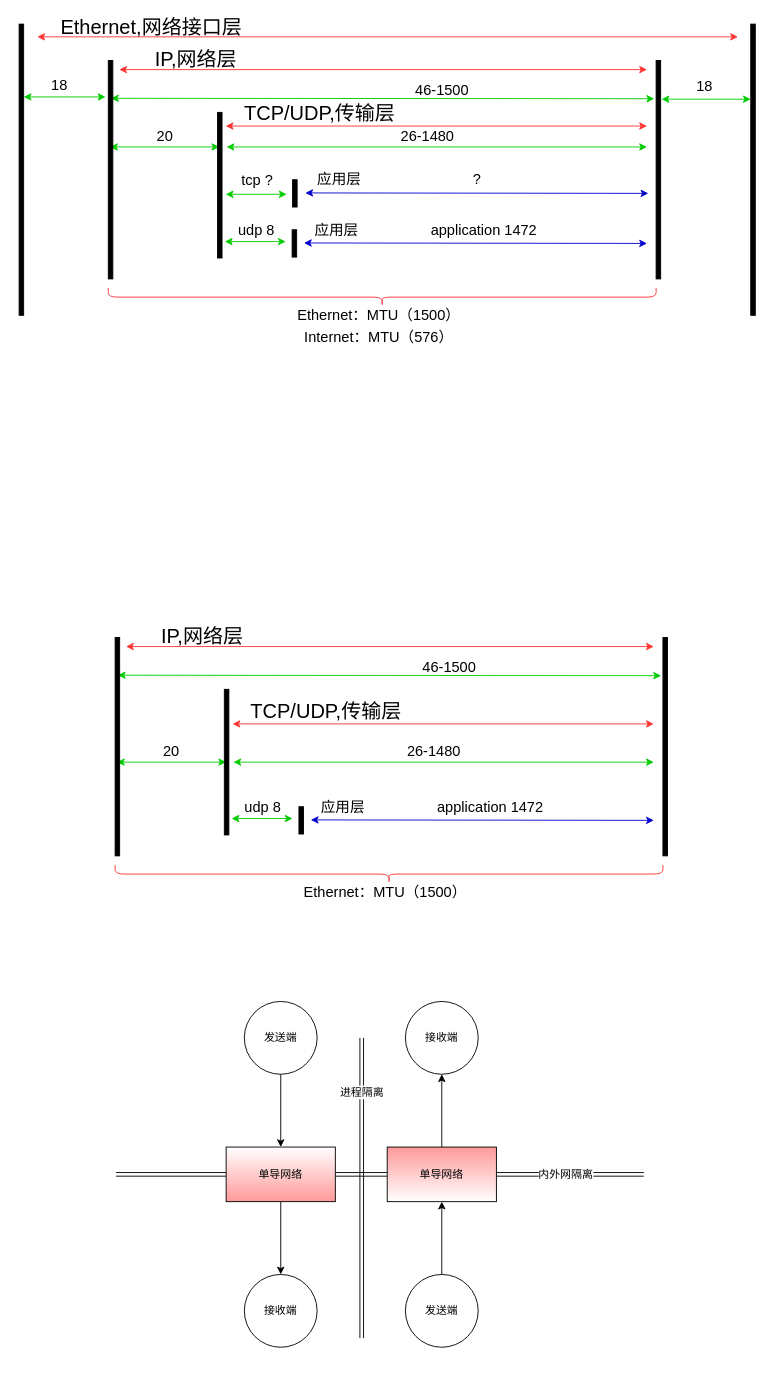
Before: draw.io/tcpip-protocol.drawio in QQ1350995917/gitbook, a draw.io diagram. Source tidied: cells renumbered, new cells numbered last; positions are measured from the earlier drawing's top-left corner, leaving out a move shared by most shapes. Both pictures are drawn from the tidied source at 91%, with x=0, y=0 at pixel (19, 18).
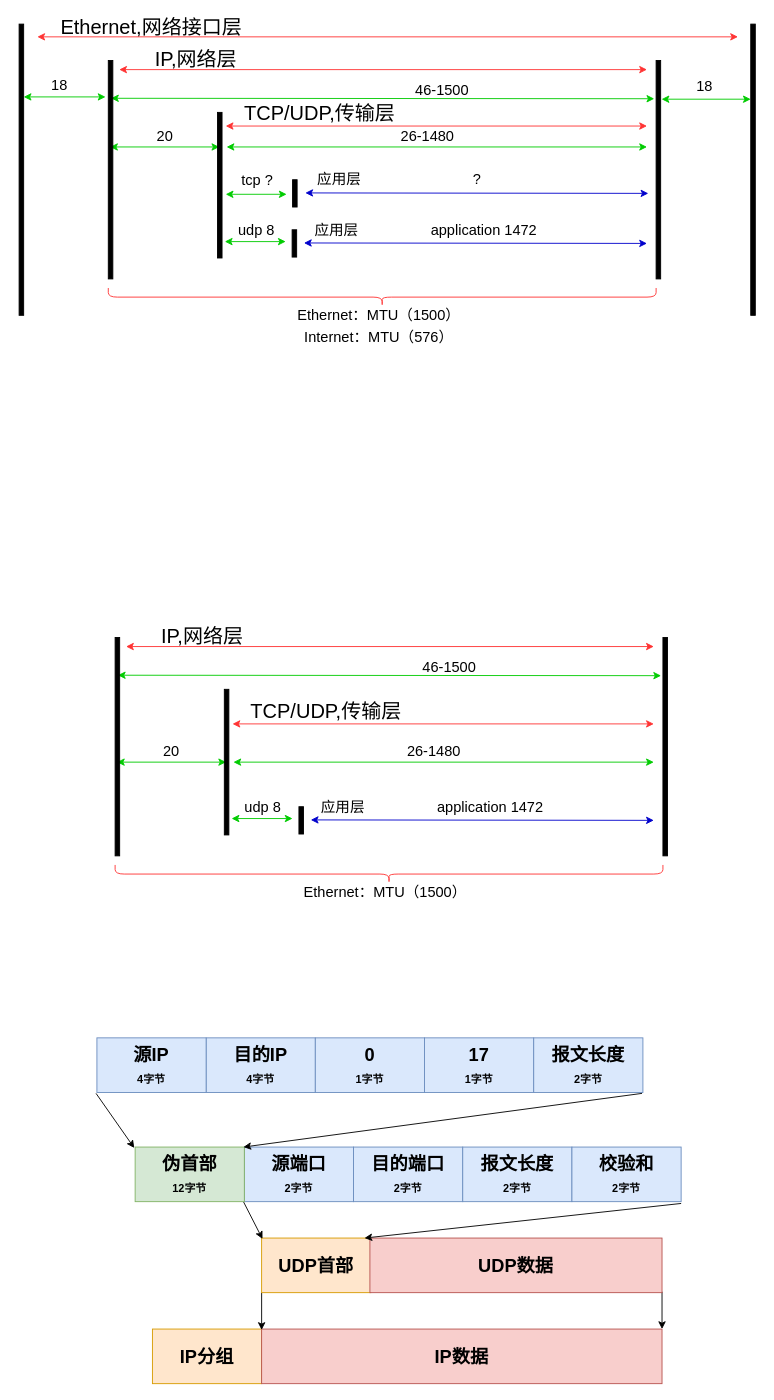
Above is the later version.

Commit message (it also covers changes not shown here):
Track 2 files into repository.

- modified draw.io/tcpip-protocol.drawio
- modified draw.io/udp-demo.drawio

Auto commit by GitBook Editor

The edit, as a diff of the source:
```diff
@@
-    <mxCell id="2" style="shape=link;html=1;startArrow=classic;startFill=1;endArrow=none;endFill=0;" parent="1" edge="1">
-      <mxGeometry relative="1" as="geometry">
-        <mxPoint x="106" y="1270" as="sourcePoint" />
-        <mxPoint x="686" y="1270" as="targetPoint" />
-      </mxGeometry>
-    </mxCell>
-    <mxCell id="3" value="内外网隔离&lt;br&gt;" style="text;html=1;align=center;verticalAlign=middle;labelBackgroundColor=#ffffff;" parent="2" vertex="1">
-      <mxGeometry x="0.88" y="2" relative="1" as="geometry">
-        <mxPoint x="-52" y="2" as="offset" />
-      </mxGeometry>
-    </mxCell>
@@
-    <mxCell id="63" style="edgeStyle=orthogonalEdgeStyle;rounded=0;jettySize=auto;html=1;" parent="1" edge="1" source="64" target="66">
-      <mxGeometry relative="1" as="geometry" />
-    </mxCell>
-    <mxCell id="64" value="发送端" style="ellipse;whiteSpace=wrap;html=1;" parent="1" vertex="1">
-      <mxGeometry x="247" y="1080" width="80" height="80" as="geometry" />
-    </mxCell>
-    <mxCell id="65" style="edgeStyle=orthogonalEdgeStyle;rounded=0;jettySize=auto;html=1;" parent="1" edge="1" source="66">
-      <mxGeometry relative="1" as="geometry">
-        <mxPoint x="287" y="1380" as="targetPoint" />
-      </mxGeometry>
-    </mxCell>
-    <mxCell id="66" value="单导网络" style="rounded=0;whiteSpace=wrap;html=1;fillColor=#FF9999;shadow=0;gradientColor=#ffffff;gradientDirection=north;" parent="1" vertex="1">
-      <mxGeometry x="227" y="1240" width="120" height="60" as="geometry" />
-    </mxCell>
-    <mxCell id="67" value="接收端" style="ellipse;whiteSpace=wrap;html=1;" parent="1" vertex="1">
-      <mxGeometry x="247" y="1380" width="80" height="80" as="geometry" />
-    </mxCell>
-    <mxCell id="68" style="edgeStyle=orthogonalEdgeStyle;rounded=0;jettySize=auto;html=1;startArrow=classic;startFill=1;endArrow=none;endFill=0;" parent="1" edge="1" source="69" target="71">
-      <mxGeometry relative="1" as="geometry" />
-    </mxCell>
-    <mxCell id="69" value="接收端" style="ellipse;whiteSpace=wrap;html=1;" parent="1" vertex="1">
-      <mxGeometry x="424" y="1080" width="80" height="80" as="geometry" />
-    </mxCell>
-    <mxCell id="70" style="edgeStyle=orthogonalEdgeStyle;rounded=0;jettySize=auto;html=1;startArrow=classic;startFill=1;endArrow=none;endFill=0;" parent="1" edge="1" source="71">
-      <mxGeometry relative="1" as="geometry">
-        <mxPoint x="464" y="1380" as="targetPoint" />
-      </mxGeometry>
-    </mxCell>
-    <mxCell id="71" value="单导网络" style="rounded=0;whiteSpace=wrap;html=1;fillColor=#FF9999;gradientColor=#ffffff;" parent="1" vertex="1">
-      <mxGeometry x="404" y="1240" width="120" height="60" as="geometry" />
-    </mxCell>
-    <mxCell id="72" value="发送端" style="ellipse;whiteSpace=wrap;html=1;" parent="1" vertex="1">
-      <mxGeometry x="424" y="1380" width="80" height="80" as="geometry" />
-    </mxCell>
-    <mxCell id="73" style="shape=link;html=1;startArrow=classic;startFill=1;endArrow=none;endFill=0;" parent="1" edge="1">
-      <mxGeometry relative="1" as="geometry">
-        <mxPoint x="376" y="1450" as="sourcePoint" />
-        <mxPoint x="376" y="1120" as="targetPoint" />
-      </mxGeometry>
-    </mxCell>
-    <mxCell id="74" value="进程隔离" style="text;html=1;align=center;verticalAlign=middle;labelBackgroundColor=#ffffff;" parent="73" vertex="1">
-      <mxGeometry x="0.64" y="1" relative="1" as="geometry" />
-    </mxCell>
+    <mxCell id="75" value="IP分组" style="rounded=0;whiteSpace=wrap;html=1;fontSize=20;fontStyle=1;fillColor=#ffe6cc;strokeColor=#d79b00;" parent="1" vertex="1">
+      <mxGeometry x="146" y="1440" width="120" height="60" as="geometry" />
+    </mxCell>
+    <mxCell id="76" value="IP数据" style="rounded=0;whiteSpace=wrap;html=1;fontSize=20;fontStyle=1;fillColor=#f8cecc;strokeColor=#b85450;" parent="1" vertex="1">
+      <mxGeometry x="266" y="1440" width="440" height="60" as="geometry" />
+    </mxCell>
+    <mxCell id="77" style="endArrow=classic;html=1;fontSize=20;entryX=0;entryY=0.017;entryDx=0;entryDy=0;entryPerimeter=0;" parent="1" edge="1" target="76">
+      <mxGeometry relative="1" as="geometry">
+        <mxPoint x="266" y="1400" as="sourcePoint" />
+      </mxGeometry>
+    </mxCell>
+    <mxCell id="78" style="endArrow=classic;html=1;fontSize=20;entryX=0;entryY=0.017;entryDx=0;entryDy=0;entryPerimeter=0;" parent="1" edge="1">
+      <mxGeometry relative="1" as="geometry">
+        <mxPoint x="706" y="1399" as="sourcePoint" />
+        <mxPoint x="706" y="1440" as="targetPoint" />
+      </mxGeometry>
+    </mxCell>
+    <mxCell id="79" value="UDP首部" style="rounded=0;whiteSpace=wrap;html=1;fontSize=20;fontStyle=1;fillColor=#ffe6cc;strokeColor=#d79b00;" parent="1" vertex="1">
+      <mxGeometry x="266" y="1340" width="120" height="60" as="geometry" />
+    </mxCell>
+    <mxCell id="80" value="UDP数据" style="rounded=0;whiteSpace=wrap;html=1;fontSize=20;fontStyle=1;fillColor=#f8cecc;strokeColor=#b85450;" parent="1" vertex="1">
+      <mxGeometry x="385" y="1340" width="321" height="60" as="geometry" />
+    </mxCell>
+    <mxCell id="81" style="endArrow=classic;html=1;fontSize=20;entryX=0.008;entryY=0.017;entryDx=0;entryDy=0;entryPerimeter=0;" parent="1" edge="1" target="79">
+      <mxGeometry relative="1" as="geometry">
+        <mxPoint x="246" y="1300" as="sourcePoint" />
+      </mxGeometry>
+    </mxCell>
+    <mxCell id="82" value="源端口&lt;br&gt;&lt;font style=&quot;font-size: 12px&quot;&gt;2字节&lt;/font&gt;&lt;br&gt;" style="rounded=0;whiteSpace=wrap;html=1;fontSize=20;fontStyle=1;fillColor=#dae8fc;strokeColor=#6c8ebf;" parent="1" vertex="1">
+      <mxGeometry x="247" y="1240" width="120" height="60" as="geometry" />
+    </mxCell>
+    <mxCell id="83" value="目的端口&lt;br&gt;&lt;span&gt;&lt;font style=&quot;font-size: 12px&quot;&gt;2字节&lt;/font&gt;&lt;/span&gt;&lt;br&gt;" style="rounded=0;whiteSpace=wrap;html=1;fontSize=20;fontStyle=1;fillColor=#dae8fc;strokeColor=#6c8ebf;" parent="1" vertex="1">
+      <mxGeometry x="367" y="1240" width="120" height="60" as="geometry" />
+    </mxCell>
+    <mxCell id="84" value="报文长度&lt;br&gt;&lt;font style=&quot;font-size: 12px&quot;&gt;2字节&lt;/font&gt;&lt;br&gt;" style="rounded=0;whiteSpace=wrap;html=1;fontSize=20;fontStyle=1;fillColor=#dae8fc;strokeColor=#6c8ebf;" parent="1" vertex="1">
+      <mxGeometry x="487" y="1240" width="120" height="60" as="geometry" />
+    </mxCell>
+    <mxCell id="85" value="校验和&lt;br&gt;&lt;font style=&quot;font-size: 12px&quot;&gt;2字节&lt;/font&gt;&lt;br&gt;" style="rounded=0;whiteSpace=wrap;html=1;fontSize=20;fontStyle=1;fillColor=#dae8fc;strokeColor=#6c8ebf;" parent="1" vertex="1">
+      <mxGeometry x="607" y="1240" width="120" height="60" as="geometry" />
+    </mxCell>
+    <mxCell id="86" style="endArrow=classic;html=1;fontSize=20;exitX=1;exitY=1.033;exitDx=0;exitDy=0;exitPerimeter=0;entryX=0.942;entryY=0;entryDx=0;entryDy=0;entryPerimeter=0;" parent="1" edge="1" source="85" target="79">
+      <mxGeometry relative="1" as="geometry" />
+    </mxCell>
+    <mxCell id="87" value="伪首部&lt;br&gt;&lt;font style=&quot;font-size: 12px&quot;&gt;12字节&lt;/font&gt;&lt;br&gt;" style="rounded=0;whiteSpace=wrap;html=1;fontSize=20;fontStyle=1;fillColor=#d5e8d4;strokeColor=#82b366;" parent="1" vertex="1">
+      <mxGeometry x="127" y="1240" width="120" height="60" as="geometry" />
+    </mxCell>
+    <mxCell id="88" value="目的IP&lt;br&gt;&lt;font style=&quot;font-size: 12px&quot;&gt;4字节&lt;/font&gt;&lt;br&gt;" style="rounded=0;whiteSpace=wrap;html=1;fontSize=20;fontStyle=1;fillColor=#dae8fc;strokeColor=#6c8ebf;" parent="1" vertex="1">
+      <mxGeometry x="205" y="1120" width="120" height="60" as="geometry" />
+    </mxCell>
+    <mxCell id="89" value="0&lt;br&gt;&lt;span&gt;&lt;font style=&quot;font-size: 12px&quot;&gt;1字节&lt;/font&gt;&lt;/span&gt;&lt;br&gt;" style="rounded=0;whiteSpace=wrap;html=1;fontSize=20;fontStyle=1;fillColor=#dae8fc;strokeColor=#6c8ebf;" parent="1" vertex="1">
+      <mxGeometry x="325" y="1120" width="120" height="60" as="geometry" />
+    </mxCell>
+    <mxCell id="90" value="17&lt;br&gt;&lt;font style=&quot;font-size: 12px&quot;&gt;1字节&lt;/font&gt;&lt;br&gt;" style="rounded=0;whiteSpace=wrap;html=1;fontSize=20;fontStyle=1;fillColor=#dae8fc;strokeColor=#6c8ebf;" parent="1" vertex="1">
+      <mxGeometry x="445" y="1120" width="120" height="60" as="geometry" />
+    </mxCell>
+    <mxCell id="91" value="&lt;font&gt;报文长度&lt;br&gt;&lt;/font&gt;&lt;font style=&quot;font-size: 12px&quot;&gt;2字节&lt;/font&gt;&lt;br&gt;" style="rounded=0;whiteSpace=wrap;html=1;fontSize=20;fontStyle=1;fillColor=#dae8fc;strokeColor=#6c8ebf;" parent="1" vertex="1">
+      <mxGeometry x="565" y="1120" width="120" height="60" as="geometry" />
+    </mxCell>
+    <mxCell id="92" value="源IP&lt;br&gt;&lt;font style=&quot;font-size: 12px&quot;&gt;4字节&lt;/font&gt;&lt;br&gt;" style="rounded=0;whiteSpace=wrap;html=1;fontSize=20;fontStyle=1;fillColor=#dae8fc;strokeColor=#6c8ebf;" parent="1" vertex="1">
+      <mxGeometry x="85" y="1120" width="120" height="60" as="geometry" />
+    </mxCell>
+    <mxCell id="93" style="endArrow=classic;html=1;fontSize=20;entryX=-0.008;entryY=0.017;entryDx=0;entryDy=0;entryPerimeter=0;exitX=-0.008;exitY=1.017;exitDx=0;exitDy=0;exitPerimeter=0;" parent="1" edge="1" source="92" target="87">
+      <mxGeometry relative="1" as="geometry" />
+    </mxCell>
+    <mxCell id="94" style="endArrow=classic;html=1;fontSize=20;exitX=0.992;exitY=1.017;exitDx=0;exitDy=0;exitPerimeter=0;" parent="1" edge="1" source="91">
+      <mxGeometry relative="1" as="geometry">
+        <mxPoint x="246" y="1240" as="targetPoint" />
+      </mxGeometry>
+    </mxCell>
```
